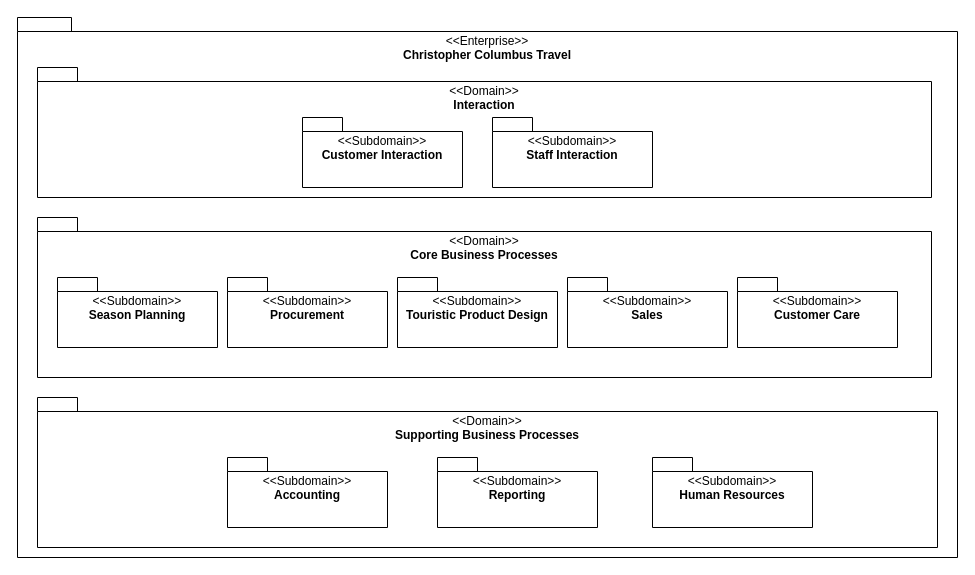
Earlier version of the draw.io diagram docs/requirements/domains/domains.drawio (hochschule-darmstadt/a3se_app). Source tidied: cells renumbered, new cells numbered last; positions are measured from the earlier drawing's top-left corner, leaving out a move shared by most shapes. Both pictures are drawn from the tidied source at 100%, with x=0, y=0 at pixel (17, 17).
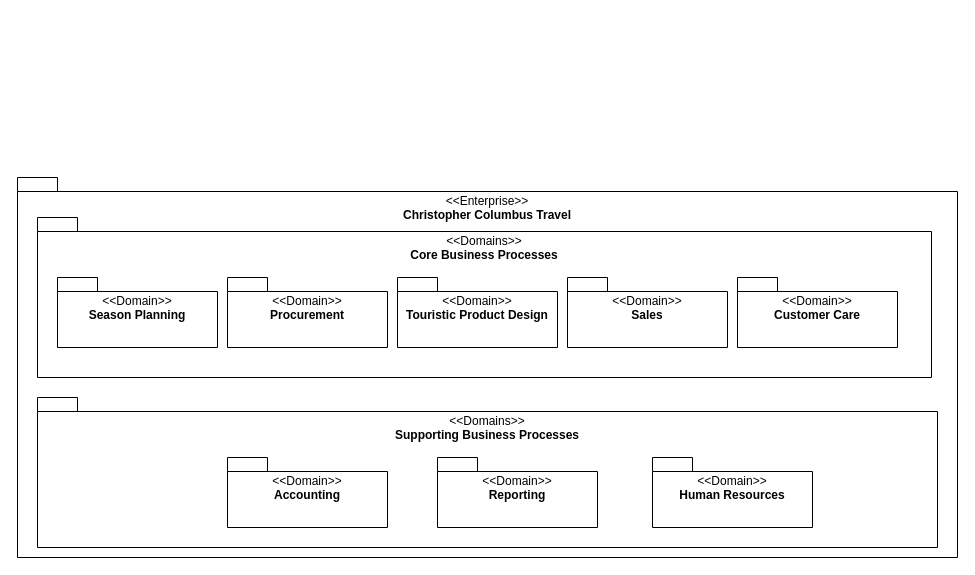
Above is the later version.

Diff of the diagram source:
```diff
@@
 <mxGraphModel>
   <root>
     <mxCell id="0" />
     <mxCell id="1" parent="0" />
     <mxCell id="2" value="&lt;span style=&quot;font-weight: normal;&quot;&gt;&amp;lt;&amp;lt;Enterprise&amp;gt;&amp;gt;&lt;/span&gt;&lt;div&gt;Chri&lt;span style=&quot;background-color: transparent; color: light-dark(rgb(0, 0, 0), rgb(255, 255, 255));&quot;&gt;stopher Columbus Travel&lt;/span&gt;&lt;/div&gt;" style="shape=folder;fontStyle=1;spacingTop=10;tabWidth=40;tabHeight=14;tabPosition=left;html=1;whiteSpace=wrap;align=center;verticalAlign=top;" parent="1" vertex="1">
-      <mxGeometry width="940" height="540" as="geometry" />
+      <mxGeometry y="160" width="940" height="380" as="geometry" />
     </mxCell>
-    <mxCell id="3" value="&lt;span style=&quot;font-weight: normal;&quot;&gt;&amp;lt;&amp;lt;Domain&amp;gt;&amp;gt;&lt;/span&gt;&lt;div&gt;Interaction&lt;/div&gt;" style="shape=folder;fontStyle=1;spacingTop=10;tabWidth=40;tabHeight=14;tabPosition=left;html=1;whiteSpace=wrap;align=center;verticalAlign=top;" parent="1" vertex="1">
-      <mxGeometry x="20" y="50" width="894" height="130" as="geometry" />
-    </mxCell>
-    <mxCell id="4" value="&lt;span style=&quot;font-weight: normal;&quot;&gt;&amp;lt;&amp;lt;Domain&amp;gt;&amp;gt;&lt;/span&gt;&lt;div&gt;Core Business Processes&lt;/div&gt;" style="shape=folder;fontStyle=1;spacingTop=10;tabWidth=40;tabHeight=14;tabPosition=left;html=1;whiteSpace=wrap;align=center;verticalAlign=top;" parent="1" vertex="1">
+    <mxCell id="4" value="&lt;span style=&quot;font-weight: normal;&quot;&gt;&amp;lt;&amp;lt;Domains&amp;gt;&amp;gt;&lt;/span&gt;&lt;div&gt;Core Business Processes&lt;/div&gt;" style="shape=folder;fontStyle=1;spacingTop=10;tabWidth=40;tabHeight=14;tabPosition=left;html=1;whiteSpace=wrap;align=center;verticalAlign=top;" parent="1" vertex="1">
       <mxGeometry x="20" y="200" width="894" height="160" as="geometry" />
     </mxCell>
-    <mxCell id="5" value="&lt;span style=&quot;font-weight: normal;&quot;&gt;&amp;lt;&amp;lt;&lt;/span&gt;&lt;span style=&quot;font-weight: 400;&quot;&gt;Domain&lt;/span&gt;&lt;span style=&quot;font-weight: normal;&quot;&gt;&amp;gt;&amp;gt;&lt;/span&gt;&lt;div&gt;Supporting Business Processes&lt;/div&gt;" style="shape=folder;fontStyle=1;spacingTop=10;tabWidth=40;tabHeight=14;tabPosition=left;html=1;whiteSpace=wrap;align=center;verticalAlign=top;" parent="1" vertex="1">
+    <mxCell id="5" value="&lt;span style=&quot;font-weight: normal;&quot;&gt;&amp;lt;&amp;lt;&lt;/span&gt;&lt;span style=&quot;font-weight: 400;&quot;&gt;Domains&lt;/span&gt;&lt;span style=&quot;font-weight: normal;&quot;&gt;&amp;gt;&amp;gt;&lt;/span&gt;&lt;div&gt;Supporting Business Processes&lt;/div&gt;" style="shape=folder;fontStyle=1;spacingTop=10;tabWidth=40;tabHeight=14;tabPosition=left;html=1;whiteSpace=wrap;align=center;verticalAlign=top;" parent="1" vertex="1">
       <mxGeometry x="20" y="380" width="900" height="150" as="geometry" />
     </mxCell>
-    <mxCell id="6" value="&lt;span style=&quot;font-weight: normal;&quot;&gt;&amp;lt;&amp;lt;Subdomain&amp;gt;&amp;gt;&lt;/span&gt;&lt;div&gt;Customer Interaction&lt;/div&gt;" style="shape=folder;fontStyle=1;spacingTop=10;tabWidth=40;tabHeight=14;tabPosition=left;html=1;whiteSpace=wrap;align=center;verticalAlign=top;" parent="1" vertex="1">
-      <mxGeometry x="285" y="100" width="160" height="70" as="geometry" />
-    </mxCell>
-    <mxCell id="7" value="&lt;span style=&quot;font-weight: normal;&quot;&gt;&amp;lt;&amp;lt;Subdomain&amp;gt;&amp;gt;&lt;/span&gt;&lt;div&gt;Staff Interaction&lt;/div&gt;" style="shape=folder;fontStyle=1;spacingTop=10;tabWidth=40;tabHeight=14;tabPosition=left;html=1;whiteSpace=wrap;align=center;verticalAlign=top;" parent="1" vertex="1">
-      <mxGeometry x="475" y="100" width="160" height="70" as="geometry" />
-    </mxCell>
-    <mxCell id="8" value="&lt;span style=&quot;font-weight: normal;&quot;&gt;&amp;lt;&amp;lt;&lt;/span&gt;&lt;span style=&quot;font-weight: 400;&quot;&gt;Subdomain&lt;/span&gt;&lt;span style=&quot;font-weight: normal;&quot;&gt;&amp;gt;&amp;gt;&lt;/span&gt;&lt;div&gt;Season&amp;nbsp;&lt;span style=&quot;background-color: transparent; color: light-dark(rgb(0, 0, 0), rgb(255, 255, 255));&quot;&gt;Planning&lt;/span&gt;&lt;/div&gt;" style="shape=folder;fontStyle=1;spacingTop=10;tabWidth=40;tabHeight=14;tabPosition=left;html=1;whiteSpace=wrap;align=center;verticalAlign=top;" parent="1" vertex="1">
+    <mxCell id="8" value="&lt;span style=&quot;font-weight: normal;&quot;&gt;&amp;lt;&amp;lt;D&lt;/span&gt;&lt;span style=&quot;font-weight: 400;&quot;&gt;omain&lt;/span&gt;&lt;span style=&quot;font-weight: normal;&quot;&gt;&amp;gt;&amp;gt;&lt;/span&gt;&lt;div&gt;Season&amp;nbsp;&lt;span style=&quot;background-color: transparent; color: light-dark(rgb(0, 0, 0), rgb(255, 255, 255));&quot;&gt;Planning&lt;/span&gt;&lt;/div&gt;" style="shape=folder;fontStyle=1;spacingTop=10;tabWidth=40;tabHeight=14;tabPosition=left;html=1;whiteSpace=wrap;align=center;verticalAlign=top;" parent="1" vertex="1">
       <mxGeometry x="40" y="260" width="160" height="70" as="geometry" />
     </mxCell>
-    <mxCell id="9" value="&lt;span style=&quot;font-weight: normal;&quot;&gt;&amp;lt;&amp;lt;&lt;/span&gt;&lt;span style=&quot;font-weight: 400;&quot;&gt;Subdomain&lt;/span&gt;&lt;span style=&quot;font-weight: normal;&quot;&gt;&amp;gt;&amp;gt;&lt;/span&gt;&lt;div&gt;Procurement&lt;/div&gt;" style="shape=folder;fontStyle=1;spacingTop=10;tabWidth=40;tabHeight=14;tabPosition=left;html=1;whiteSpace=wrap;align=center;verticalAlign=top;" parent="1" vertex="1">
+    <mxCell id="9" value="&lt;span style=&quot;font-weight: normal;&quot;&gt;&amp;lt;&amp;lt;&lt;/span&gt;&lt;span style=&quot;font-weight: normal;&quot;&gt;D&lt;/span&gt;&lt;span style=&quot;font-weight: 400;&quot;&gt;omain&lt;/span&gt;&lt;span style=&quot;font-weight: normal;&quot;&gt;&amp;gt;&amp;gt;&lt;/span&gt;&lt;div&gt;Procurement&lt;/div&gt;" style="shape=folder;fontStyle=1;spacingTop=10;tabWidth=40;tabHeight=14;tabPosition=left;html=1;whiteSpace=wrap;align=center;verticalAlign=top;" parent="1" vertex="1">
       <mxGeometry x="210" y="260" width="160" height="70" as="geometry" />
     </mxCell>
-    <mxCell id="10" value="&lt;span style=&quot;font-weight: normal;&quot;&gt;&amp;lt;&amp;lt;&lt;/span&gt;&lt;span style=&quot;font-weight: 400;&quot;&gt;Subdomain&lt;/span&gt;&lt;span style=&quot;font-weight: normal;&quot;&gt;&amp;gt;&amp;gt;&lt;/span&gt;&lt;div&gt;Touristic Product Design&lt;/div&gt;" style="shape=folder;fontStyle=1;spacingTop=10;tabWidth=40;tabHeight=14;tabPosition=left;html=1;whiteSpace=wrap;align=center;verticalAlign=top;" parent="1" vertex="1">
+    <mxCell id="10" value="&lt;span style=&quot;font-weight: normal;&quot;&gt;&amp;lt;&amp;lt;&lt;/span&gt;&lt;span style=&quot;font-weight: normal;&quot;&gt;D&lt;/span&gt;&lt;span style=&quot;font-weight: 400;&quot;&gt;omain&lt;/span&gt;&lt;span style=&quot;font-weight: normal;&quot;&gt;&amp;gt;&amp;gt;&lt;/span&gt;&lt;div&gt;Touristic Product Design&lt;/div&gt;" style="shape=folder;fontStyle=1;spacingTop=10;tabWidth=40;tabHeight=14;tabPosition=left;html=1;whiteSpace=wrap;align=center;verticalAlign=top;" parent="1" vertex="1">
       <mxGeometry x="380" y="260" width="160" height="70" as="geometry" />
     </mxCell>
-    <mxCell id="11" value="&lt;span style=&quot;font-weight: normal;&quot;&gt;&amp;lt;&amp;lt;&lt;/span&gt;&lt;span style=&quot;font-weight: 400;&quot;&gt;Subdomain&lt;/span&gt;&lt;span style=&quot;font-weight: normal;&quot;&gt;&amp;gt;&amp;gt;&lt;/span&gt;&lt;div&gt;Sales&lt;/div&gt;" style="shape=folder;fontStyle=1;spacingTop=10;tabWidth=40;tabHeight=14;tabPosition=left;html=1;whiteSpace=wrap;align=center;verticalAlign=top;" parent="1" vertex="1">
+    <mxCell id="11" value="&lt;span style=&quot;font-weight: normal;&quot;&gt;&amp;lt;&amp;lt;&lt;/span&gt;&lt;span style=&quot;font-weight: normal;&quot;&gt;D&lt;/span&gt;&lt;span style=&quot;font-weight: 400;&quot;&gt;omain&lt;/span&gt;&lt;span style=&quot;font-weight: normal;&quot;&gt;&amp;gt;&amp;gt;&lt;/span&gt;&lt;div&gt;Sales&lt;/div&gt;" style="shape=folder;fontStyle=1;spacingTop=10;tabWidth=40;tabHeight=14;tabPosition=left;html=1;whiteSpace=wrap;align=center;verticalAlign=top;" parent="1" vertex="1">
       <mxGeometry x="550" y="260" width="160" height="70" as="geometry" />
     </mxCell>
-    <mxCell id="12" value="&lt;span style=&quot;font-weight: normal;&quot;&gt;&amp;lt;&amp;lt;&lt;/span&gt;&lt;span style=&quot;font-weight: 400;&quot;&gt;Subdomain&lt;/span&gt;&lt;span style=&quot;font-weight: normal;&quot;&gt;&amp;gt;&amp;gt;&lt;/span&gt;&lt;div&gt;Customer Care&lt;/div&gt;" style="shape=folder;fontStyle=1;spacingTop=10;tabWidth=40;tabHeight=14;tabPosition=left;html=1;whiteSpace=wrap;align=center;verticalAlign=top;" parent="1" vertex="1">
+    <mxCell id="12" value="&lt;span style=&quot;font-weight: normal;&quot;&gt;&amp;lt;&amp;lt;&lt;/span&gt;&lt;span style=&quot;font-weight: normal;&quot;&gt;D&lt;/span&gt;&lt;span style=&quot;font-weight: 400;&quot;&gt;omain&lt;/span&gt;&lt;span style=&quot;font-weight: normal;&quot;&gt;&amp;gt;&amp;gt;&lt;/span&gt;&lt;div&gt;Customer Care&lt;/div&gt;" style="shape=folder;fontStyle=1;spacingTop=10;tabWidth=40;tabHeight=14;tabPosition=left;html=1;whiteSpace=wrap;align=center;verticalAlign=top;" parent="1" vertex="1">
       <mxGeometry x="720" y="260" width="160" height="70" as="geometry" />
     </mxCell>
-    <mxCell id="13" value="&lt;span style=&quot;font-weight: normal;&quot;&gt;&amp;lt;&amp;lt;&lt;/span&gt;&lt;span style=&quot;font-weight: 400;&quot;&gt;Subdomain&lt;/span&gt;&lt;span style=&quot;font-weight: normal;&quot;&gt;&amp;gt;&amp;gt;&lt;/span&gt;&lt;div&gt;Accounting&lt;/div&gt;" style="shape=folder;fontStyle=1;spacingTop=10;tabWidth=40;tabHeight=14;tabPosition=left;html=1;whiteSpace=wrap;align=center;verticalAlign=top;" parent="1" vertex="1">
+    <mxCell id="13" value="&lt;span style=&quot;font-weight: normal;&quot;&gt;&amp;lt;&amp;lt;&lt;/span&gt;&lt;span style=&quot;font-weight: normal;&quot;&gt;D&lt;/span&gt;&lt;span style=&quot;font-weight: 400;&quot;&gt;omain&lt;/span&gt;&lt;span style=&quot;font-weight: normal;&quot;&gt;&amp;gt;&amp;gt;&lt;/span&gt;&lt;div&gt;Accounting&lt;/div&gt;" style="shape=folder;fontStyle=1;spacingTop=10;tabWidth=40;tabHeight=14;tabPosition=left;html=1;whiteSpace=wrap;align=center;verticalAlign=top;" parent="1" vertex="1">
       <mxGeometry x="210" y="440" width="160" height="70" as="geometry" />
     </mxCell>
-    <mxCell id="14" value="&lt;span style=&quot;font-weight: normal;&quot;&gt;&amp;lt;&amp;lt;&lt;/span&gt;&lt;span style=&quot;font-weight: 400;&quot;&gt;Subdomain&lt;/span&gt;&lt;span style=&quot;font-weight: normal;&quot;&gt;&amp;gt;&amp;gt;&lt;/span&gt;&lt;div&gt;Reporting&lt;/div&gt;" style="shape=folder;fontStyle=1;spacingTop=10;tabWidth=40;tabHeight=14;tabPosition=left;html=1;whiteSpace=wrap;align=center;verticalAlign=top;" parent="1" vertex="1">
+    <mxCell id="14" value="&lt;span style=&quot;font-weight: normal;&quot;&gt;&amp;lt;&amp;lt;&lt;/span&gt;&lt;span style=&quot;font-weight: normal;&quot;&gt;D&lt;/span&gt;&lt;span style=&quot;font-weight: 400;&quot;&gt;omain&lt;/span&gt;&lt;span style=&quot;font-weight: normal;&quot;&gt;&amp;gt;&amp;gt;&lt;/span&gt;&lt;div&gt;Reporting&lt;/div&gt;" style="shape=folder;fontStyle=1;spacingTop=10;tabWidth=40;tabHeight=14;tabPosition=left;html=1;whiteSpace=wrap;align=center;verticalAlign=top;" parent="1" vertex="1">
       <mxGeometry x="420" y="440" width="160" height="70" as="geometry" />
     </mxCell>
-    <mxCell id="15" value="&lt;span style=&quot;font-weight: normal;&quot;&gt;&amp;lt;&amp;lt;&lt;/span&gt;&lt;span style=&quot;font-weight: 400;&quot;&gt;Subdomain&lt;/span&gt;&lt;span style=&quot;font-weight: normal;&quot;&gt;&amp;gt;&amp;gt;&lt;/span&gt;&lt;div&gt;Human Resources&lt;/div&gt;" style="shape=folder;fontStyle=1;spacingTop=10;tabWidth=40;tabHeight=14;tabPosition=left;html=1;whiteSpace=wrap;align=center;verticalAlign=top;" parent="1" vertex="1">
+    <mxCell id="15" value="&lt;span style=&quot;font-weight: normal;&quot;&gt;&amp;lt;&amp;lt;Domain&amp;gt;&amp;gt;&lt;/span&gt;&lt;div&gt;Human Resources&lt;/div&gt;" style="shape=folder;fontStyle=1;spacingTop=10;tabWidth=40;tabHeight=14;tabPosition=left;html=1;whiteSpace=wrap;align=center;verticalAlign=top;" parent="1" vertex="1">
       <mxGeometry x="635" y="440" width="160" height="70" as="geometry" />
     </mxCell>
   </root>
 </mxGraphModel>
```
